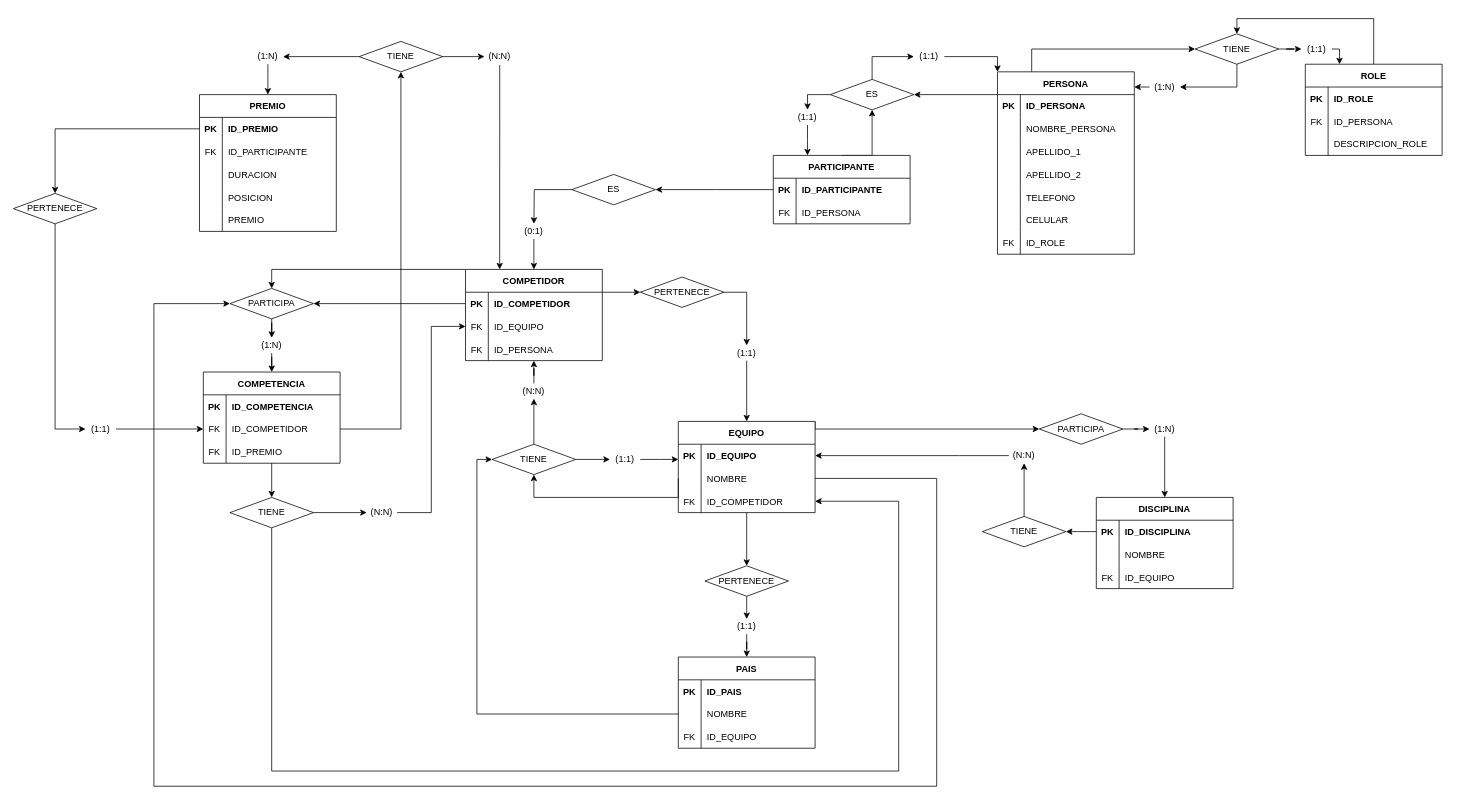
Above: Untitled Diagram.drawio in antoniobh/BaseDedatos (draw.io), before the change. Source tidied: cells renumbered, new cells numbered last; positions are measured from the earlier drawing's top-left corner, leaving out a move shared by most shapes. Both pictures are drawn from the tidied source at 76%, with x=0, y=0 at pixel (13, 18).
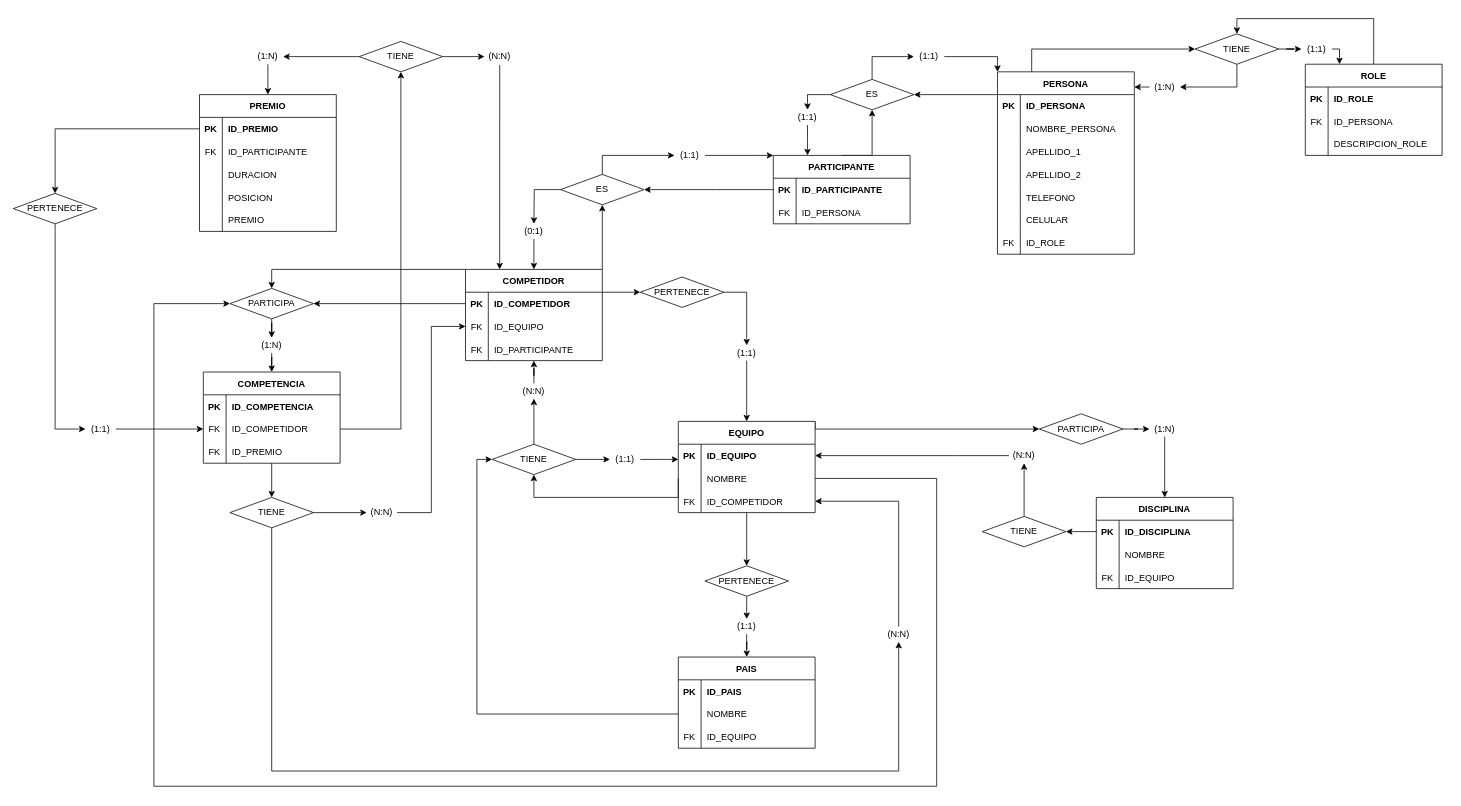
The same diagram, later.

Unchanged cells that the change refers to:
```xml
<mxCell id="52" value="PARTICIPANTE" style="shape=table;startSize=30;childLayout=tableLayout;rowLines=0;fontStyle=1;align=center;" parent="1" vertex="1">
  <mxGeometry x="1000" y="180" width="180" height="90" as="geometry" />
</mxCell>
<mxCell id="60" value="COMPETIDOR" style="shape=table;startSize=30;childLayout=tableLayout;rowLines=0;fontStyle=1;align=center;" parent="1" vertex="1">
  <mxGeometry x="595" y="330" width="180" height="120" as="geometry" />
</mxCell>
<mxCell id="67" style="shape=partialRectangle;fillColor=none;top=0;left=0;bottom=0;right=0;points=[[0,0.5],[1,0.5]];portConstraint=eastwest;" parent="60" vertex="1">
  <mxGeometry y="90" width="180" height="30" as="geometry" />
</mxCell>
<mxCell id="112" style="shape=partialRectangle;fillColor=none;top=0;left=0;bottom=0;right=0;points=[[0,0.5],[1,0.5]];portConstraint=eastwest;" parent="104" vertex="1">
  <mxGeometry y="90" width="180" height="30" as="geometry" />
</mxCell>
<mxCell id="141" value="TIENE" style="rhombus;whiteSpace=wrap;html=1;rounded=0;sketch=0;shadow=0;" parent="1" vertex="1">
  <mxGeometry x="285" y="630" width="110" height="40" as="geometry" />
</mxCell>
```

What changed in the source:
```diff
@@
+    <mxCell id="194" style="edgeStyle=orthogonalEdgeStyle;rounded=0;jettySize=auto;html=1;exitX=1;exitY=0;exitDx=0;exitDy=0;entryX=0.5;entryY=1;entryDx=0;entryDy=0;" parent="1" edge="1" source="60" target="98">
+      <mxGeometry relative="1" as="geometry" />
+    </mxCell>
@@
-    <mxCell id="69" value="ID_PERSONA" style="shape=partialRectangle;fillColor=none;top=0;left=0;bottom=0;right=0;align=left;spacingLeft=6;overflow=hidden;" parent="67" vertex="1">
+    <mxCell id="69" value="ID_PARTICIPANTE" style="shape=partialRectangle;fillColor=none;top=0;left=0;bottom=0;right=0;align=left;spacingLeft=6;overflow=hidden;" parent="67" vertex="1">
       <mxGeometry x="30" width="150" height="30" as="geometry" />
     </mxCell>
@@
+    <mxCell id="195" style="edgeStyle=orthogonalEdgeStyle;rounded=0;jettySize=auto;html=1;exitX=0.5;exitY=0;exitDx=0;exitDy=0;entryX=0;entryY=0.5;entryDx=0;entryDy=0;" parent="1" edge="1" source="98" target="197">
+      <mxGeometry relative="1" as="geometry" />
+    </mxCell>
     <mxCell id="98" value="ES" style="rhombus;whiteSpace=wrap;html=1;rounded=0;sketch=0;shadow=0;" parent="1" vertex="1">
-      <mxGeometry x="735" y="205" width="110" height="40" as="geometry" />
+      <mxGeometry x="720" y="205" width="110" height="40" as="geometry" />
     </mxCell>
@@
-    <mxCell id="140" style="edgeStyle=orthogonalEdgeStyle;rounded=0;jettySize=auto;html=1;entryX=1;entryY=0.5;entryDx=0;entryDy=0;" parent="1" edge="1" source="141" target="112">
+    <mxCell id="140" style="edgeStyle=orthogonalEdgeStyle;rounded=0;jettySize=auto;html=1;entryX=1;entryY=0.5;entryDx=0;entryDy=0;" parent="1" edge="1" source="198" target="112">
       <mxGeometry relative="1" as="geometry">
         <Array as="points">
-          <mxPoint x="340" y="990" />
-          <mxPoint x="1165" y="990" />
           <mxPoint x="1165" y="635" />
         </Array>
       </mxGeometry>
     </mxCell>
@@
+    <mxCell id="196" style="edgeStyle=orthogonalEdgeStyle;rounded=0;jettySize=auto;html=1;entryX=0;entryY=0;entryDx=0;entryDy=0;" parent="1" edge="1" source="197" target="52">
+      <mxGeometry relative="1" as="geometry">
+        <Array as="points">
+          <mxPoint x="975" y="180" />
+          <mxPoint x="975" y="180" />
+        </Array>
+      </mxGeometry>
+    </mxCell>
+    <mxCell id="197" value="(1:1)" style="text;html=1;strokeColor=none;fillColor=none;align=center;verticalAlign=middle;whiteSpace=wrap;rounded=0;" parent="1" vertex="1">
+      <mxGeometry x="870" y="170" width="40" height="20" as="geometry" />
+    </mxCell>
+    <mxCell id="198" value="(N:N)" style="text;html=1;strokeColor=none;fillColor=none;align=center;verticalAlign=middle;whiteSpace=wrap;rounded=0;" parent="1" vertex="1">
+      <mxGeometry x="1145" y="800" width="40" height="20" as="geometry" />
+    </mxCell>
+    <mxCell id="199" style="edgeStyle=orthogonalEdgeStyle;rounded=0;jettySize=auto;html=1;entryX=0.5;entryY=1;entryDx=0;entryDy=0;" parent="1" edge="1" source="141" target="198">
+      <mxGeometry relative="1" as="geometry">
+        <Array as="points">
+          <mxPoint x="340" y="990" />
+          <mxPoint x="1165" y="990" />
+          <mxPoint x="1165" y="820" />
+        </Array>
+      </mxGeometry>
+    </mxCell>
```
